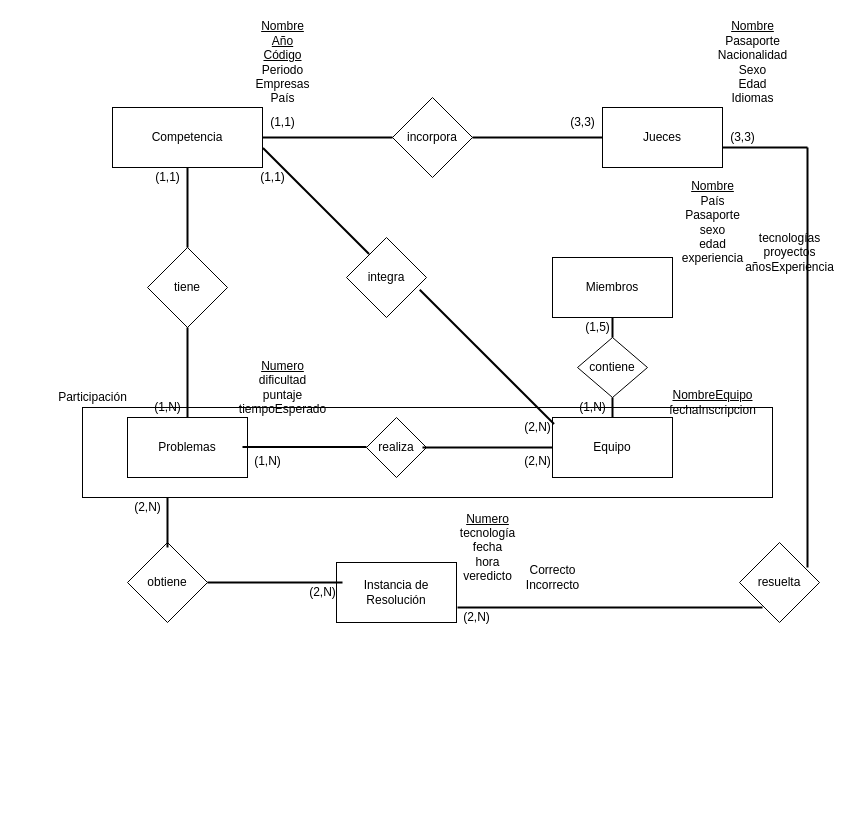
Above: Untitled Diagram.drawio in SantiagoGarreta/mirepo2 (draw.io), before the change. Source tidied: cells renumbered, new cells numbered last; positions are measured from the earlier drawing's top-left corner, leaving out a move shared by most shapes. Both pictures are drawn from the tidied source at 100%, with x=0, y=0 at pixel (52, 17).
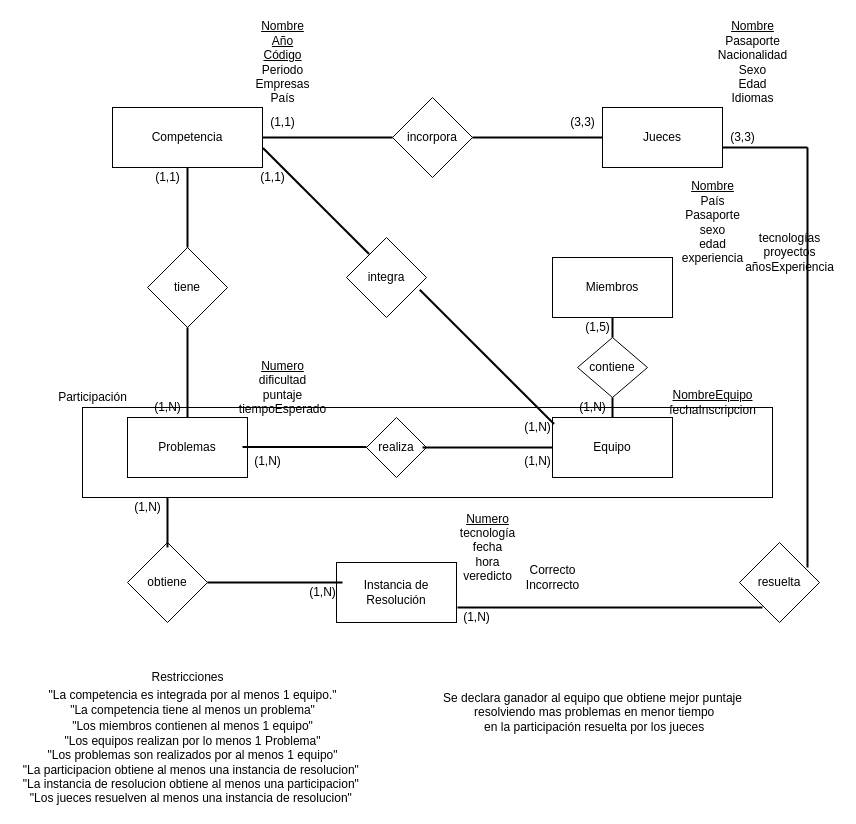
The same diagram, later.

Diff of the diagram source:
```diff
@@
-    <mxCell id="33" value="(2,N)" style="text;html=1;align=center;verticalAlign=middle;strokeColor=none;fillColor=none;" parent="1" vertex="1">
+    <mxCell id="33" value="(1,N)" style="text;html=1;align=center;verticalAlign=middle;strokeColor=none;fillColor=none;" parent="1" vertex="1">
       <mxGeometry x="465" y="400" width="40" height="20" as="geometry" />
     </mxCell>
@@
-    <mxCell id="38" value="(2,N)" style="text;html=1;align=center;verticalAlign=middle;strokeColor=none;fillColor=none;" parent="1" vertex="1">
+    <mxCell id="38" value="(1,N)" style="text;html=1;align=center;verticalAlign=middle;strokeColor=none;fillColor=none;" parent="1" vertex="1">
       <mxGeometry x="465" y="434.4" width="40" height="20" as="geometry" />
     </mxCell>
@@
-    <mxCell id="46" value="(2,N)" style="text;html=1;align=center;verticalAlign=middle;strokeColor=none;fillColor=none;" parent="1" vertex="1">
+    <mxCell id="46" value="(1,N)" style="text;html=1;align=center;verticalAlign=middle;strokeColor=none;fillColor=none;" parent="1" vertex="1">
       <mxGeometry x="75" y="480" width="40" height="20" as="geometry" />
     </mxCell>
-    <mxCell id="47" value="(2,N)" style="text;html=1;align=center;verticalAlign=middle;strokeColor=none;fillColor=none;" parent="1" vertex="1">
+    <mxCell id="47" value="(1,N)" style="text;html=1;align=center;verticalAlign=middle;strokeColor=none;fillColor=none;" parent="1" vertex="1">
       <mxGeometry x="250" y="565" width="40" height="20" as="geometry" />
     </mxCell>
@@
-    <mxCell id="53" value="(2,N)" style="text;html=1;align=center;verticalAlign=middle;strokeColor=none;fillColor=none;" parent="1" vertex="1">
+    <mxCell id="53" value="(1,N)" style="text;html=1;align=center;verticalAlign=middle;strokeColor=none;fillColor=none;" parent="1" vertex="1">
       <mxGeometry x="404" y="590" width="40" height="20" as="geometry" />
     </mxCell>
+    <mxCell id="54" value="&quot;La competencia es integrada por al menos 1 equipo.&quot;&lt;br&gt;&quot;La competencia tiene al menos un problema&quot;" style="text;html=1;align=center;verticalAlign=middle;strokeColor=none;fillColor=none;" parent="1" vertex="1">
+      <mxGeometry x="-10" y="670" width="300" height="30" as="geometry" />
+    </mxCell>
+    <mxCell id="55" value="&quot;Los miembros contienen al menos 1 equipo&quot;&lt;br&gt;&quot;Los equipos realizan por lo menos 1 Problema&quot;&lt;br&gt;&quot;Los problemas son realizados por al menos 1 equipo&quot;&lt;br&gt;&quot;La participacion obtiene al menos una instancia de resolucion&quot;&amp;nbsp;&lt;br&gt;&quot;La instancia de resolucion obtiene al menos una participacion&quot;&amp;nbsp;&lt;br&gt;&quot;Los jueces resuelven al menos una instancia de resolucion&quot;&amp;nbsp;" style="text;html=1;align=center;verticalAlign=middle;strokeColor=none;fillColor=none;" parent="1" vertex="1">
+      <mxGeometry x="-35" y="700" width="350" height="90" as="geometry" />
+    </mxCell>
+    <mxCell id="56" value="Se declara ganador al equipo que obtiene mejor puntaje&lt;br&gt;&amp;nbsp;resolviendo mas problemas en menor tiempo&lt;br&gt;&amp;nbsp;en la participación resuelta por los jueces" style="text;html=1;align=center;verticalAlign=middle;strokeColor=none;fillColor=none;" parent="1" vertex="1">
+      <mxGeometry x="385" y="670" width="310" height="50" as="geometry" />
+    </mxCell>
+    <mxCell id="57" value="Restricciones" style="text;html=1;align=center;verticalAlign=middle;strokeColor=none;fillColor=none;" parent="1" vertex="1">
+      <mxGeometry x="90" y="650" width="90" height="20" as="geometry" />
+    </mxCell>
```
